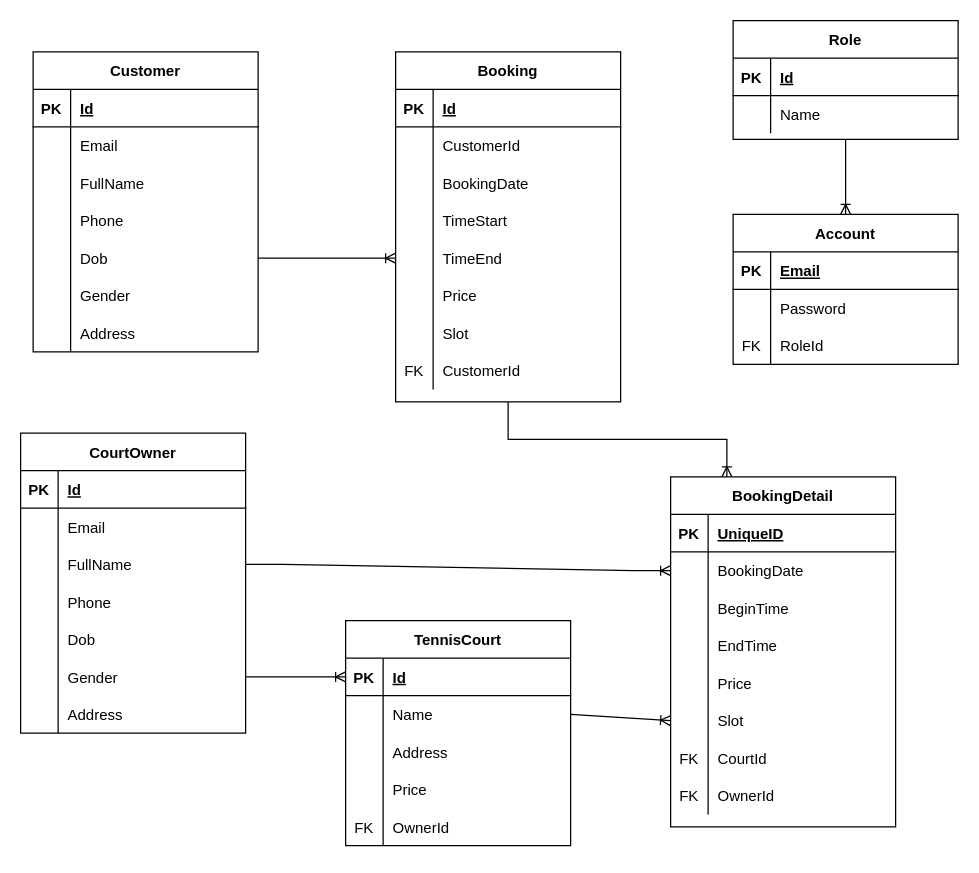
Earlier version of the draw.io diagram page "Entity Relationship" (3 of 3) of PrepareDatabase/ERD.drawio (TienVM-02/CourtTennisBooking). Source tidied: cells renumbered, new cells numbered last; positions are measured from the earlier drawing's top-left corner, leaving out a move shared by most shapes. Both pictures are drawn from the tidied source at 125%, with x=0, y=0 at pixel (20, 20).
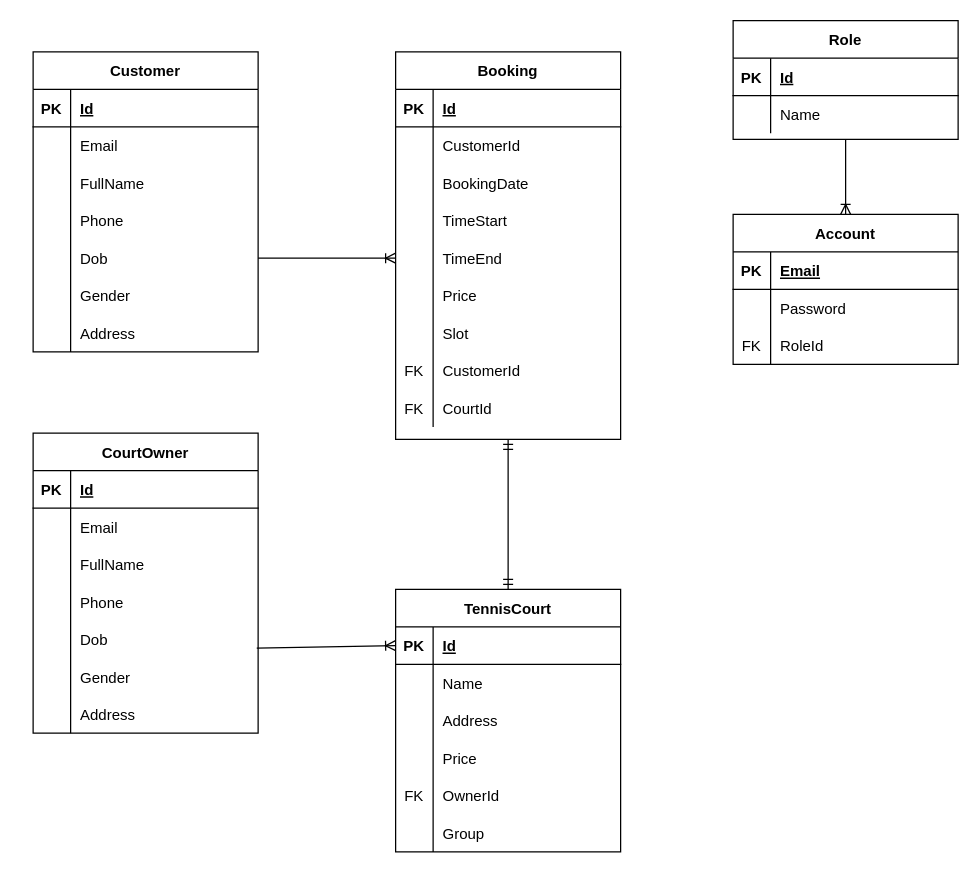
Above is the later version.

Unchanged cells that the change refers to:
```xml
<mxCell id="10" style="shape=tableRow;horizontal=0;startSize=0;swimlaneHead=0;swimlaneBody=0;fillColor=none;points=[[0,0.5],[1,0.5]];portConstraint=eastwest;top=0;left=0;right=0;bottom=0;" parent="3" vertex="1">
  <mxGeometry y="90" width="180" height="30" as="geometry" />
</mxCell>
<mxCell id="16" style="shape=tableRow;horizontal=0;startSize=0;swimlaneHead=0;swimlaneBody=0;fillColor=none;points=[[0,0.5],[1,0.5]];portConstraint=eastwest;top=0;left=0;right=0;bottom=0;" parent="3" vertex="1">
  <mxGeometry y="150" width="180" height="30" as="geometry" />
</mxCell>
<mxCell id="19" style="shape=tableRow;horizontal=0;startSize=0;swimlaneHead=0;swimlaneBody=0;fillColor=none;points=[[0,0.5],[1,0.5]];portConstraint=eastwest;top=0;left=0;right=0;bottom=0;" parent="3" vertex="1">
  <mxGeometry y="180" width="180" height="30" as="geometry" />
</mxCell>
<mxCell id="65" style="shape=tableRow;horizontal=0;startSize=0;swimlaneHead=0;swimlaneBody=0;fillColor=none;points=[[0,0.5],[1,0.5]];portConstraint=eastwest;top=0;left=0;right=0;bottom=1;" parent="64" vertex="1">
  <mxGeometry y="30" width="180" height="30" as="geometry" />
</mxCell>
<mxCell id="68" style="shape=tableRow;horizontal=0;startSize=0;swimlaneHead=0;swimlaneBody=0;fillColor=none;points=[[0,0.5],[1,0.5]];portConstraint=eastwest;top=0;left=0;right=0;bottom=0;" parent="64" vertex="1">
  <mxGeometry y="60" width="180" height="30" as="geometry" />
</mxCell>
```

The edit, as a diff of the source:
```diff
@@
     <mxCell id="3" value="CourtOwner" style="shape=table;startSize=30;childLayout=tableLayout;rowLines=0;fontStyle=1;align=center;" parent="1" vertex="1">
-      <mxGeometry y="330" width="180" height="240" as="geometry" />
+      <mxGeometry x="10" y="330" width="180" height="240" as="geometry" />
     </mxCell>
@@
     <mxCell id="64" value="TennisCourt" style="shape=table;startSize=30;childLayout=tableLayout;rowLines=0;fontStyle=1;align=center;" parent="1" vertex="1">
-      <mxGeometry x="260" y="480" width="180" height="180" as="geometry" />
+      <mxGeometry x="300" y="455" width="180" height="210" as="geometry" />
     </mxCell>
@@
+    <mxCell id="123" style="shape=tableRow;horizontal=0;startSize=0;swimlaneHead=0;swimlaneBody=0;fillColor=none;points=[[0,0.5],[1,0.5]];portConstraint=eastwest;top=0;left=0;right=0;bottom=0;" parent="64" vertex="1">
+      <mxGeometry y="180" width="180" height="30" as="geometry" />
+    </mxCell>
+    <mxCell id="140" style="shape=partialRectangle;fillColor=none;top=0;left=0;bottom=0;right=0;overflow=hidden;" parent="123" vertex="1">
+      <mxGeometry width="30" height="30" as="geometry" />
+    </mxCell>
+    <mxCell id="141" value="Group" style="shape=partialRectangle;fillColor=none;top=0;left=0;bottom=0;right=0;align=left;spacingLeft=6;overflow=hidden;" parent="123" vertex="1">
+      <mxGeometry x="30" width="150" height="30" as="geometry" />
+    </mxCell>
     <mxCell id="80" value="Booking" style="shape=table;startSize=30;childLayout=tableLayout;rowLines=0;fontStyle=1;align=center;" parent="1" vertex="1">
-      <mxGeometry x="300" y="25" width="180" height="280" as="geometry" />
+      <mxGeometry x="300" y="25" width="180" height="310" as="geometry" />
     </mxCell>
@@
+    <mxCell id="142" style="shape=tableRow;horizontal=0;startSize=0;swimlaneHead=0;swimlaneBody=0;fillColor=none;top=0;left=0;right=0;bottom=0;" parent="80" vertex="1">
+      <mxGeometry y="270" width="180" height="30" as="geometry" />
+    </mxCell>
+    <mxCell id="143" value="FK" style="shape=partialRectangle;fillColor=none;top=0;left=0;bottom=0;right=0;overflow=hidden;" parent="142" vertex="1">
+      <mxGeometry width="30" height="30" as="geometry" />
+    </mxCell>
+    <mxCell id="128" value="CourtId" style="shape=partialRectangle;fillColor=none;top=0;left=0;bottom=0;right=0;align=left;spacingLeft=6;overflow=hidden;" parent="142" vertex="1">
+      <mxGeometry x="30" width="150" height="30" as="geometry" />
+    </mxCell>
@@
-    <mxCell id="106" style="fontSize=12;html=1;endArrow=ERoneToMany;rounded=0;exitX=1;exitY=0.5;exitDx=0;exitDy=0;entryX=0;entryY=0.5;entryDx=0;entryDy=0;" parent="1" edge="1" source="19" target="65">
+    <mxCell id="106" style="fontSize=12;html=1;endArrow=ERoneToMany;rounded=0;exitX=0.994;exitY=0.733;exitDx=0;exitDy=0;entryX=0;entryY=0.5;entryDx=0;entryDy=0;exitPerimeter=0;" parent="1" edge="1" source="16" target="65">
       <mxGeometry relative="1" as="geometry" />
     </mxCell>
-    <mxCell id="107" value="BookingDetail" style="shape=table;startSize=30;childLayout=tableLayout;rowLines=0;fontStyle=1;align=center;" parent="1" vertex="1">
-      <mxGeometry x="520" y="365" width="180" height="280" as="geometry" />
-    </mxCell>
-    <mxCell id="108" style="shape=tableRow;horizontal=0;startSize=0;swimlaneHead=0;swimlaneBody=0;fillColor=none;top=0;left=0;right=0;bottom=1;" parent="107" vertex="1">
-      <mxGeometry y="30" width="180" height="30" as="geometry" />
-    </mxCell>
-    <mxCell id="109" value="PK" style="shape=partialRectangle;fillColor=none;top=0;left=0;bottom=0;right=0;fontStyle=1;overflow=hidden;" parent="108" vertex="1">
-      <mxGeometry width="30" height="30" as="geometry" />
-    </mxCell>
-    <mxCell id="110" value="UniqueID" style="shape=partialRectangle;fillColor=none;top=0;left=0;bottom=0;right=0;align=left;spacingLeft=6;fontStyle=5;overflow=hidden;" parent="108" vertex="1">
-      <mxGeometry x="30" width="150" height="30" as="geometry" />
-    </mxCell>
-    <mxCell id="111" style="shape=tableRow;horizontal=0;startSize=0;swimlaneHead=0;swimlaneBody=0;fillColor=none;points=[[0,0.5],[1,0.5]];portConstraint=eastwest;top=0;left=0;right=0;bottom=0;" parent="107" vertex="1">
-      <mxGeometry y="60" width="180" height="30" as="geometry" />
-    </mxCell>
-    <mxCell id="112" style="shape=partialRectangle;fillColor=none;top=0;left=0;bottom=0;right=0;overflow=hidden;" parent="111" vertex="1">
-      <mxGeometry width="30" height="30" as="geometry" />
-    </mxCell>
-    <mxCell id="113" value="BookingDate" style="shape=partialRectangle;fillColor=none;top=0;left=0;bottom=0;right=0;align=left;spacingLeft=6;overflow=hidden;" parent="111" vertex="1">
-      <mxGeometry x="30" width="150" height="30" as="geometry" />
-    </mxCell>
-    <mxCell id="114" style="shape=tableRow;horizontal=0;startSize=0;swimlaneHead=0;swimlaneBody=0;fillColor=none;top=0;left=0;right=0;bottom=0;" parent="107" vertex="1">
-      <mxGeometry y="90" width="180" height="30" as="geometry" />
-    </mxCell>
-    <mxCell id="115" style="shape=partialRectangle;fillColor=none;top=0;left=0;bottom=0;right=0;overflow=hidden;" parent="114" vertex="1">
-      <mxGeometry width="30" height="30" as="geometry" />
-    </mxCell>
-    <mxCell id="116" value="BeginTime" style="shape=partialRectangle;fillColor=none;top=0;left=0;bottom=0;right=0;align=left;spacingLeft=6;overflow=hidden;" parent="114" vertex="1">
-      <mxGeometry x="30" width="150" height="30" as="geometry" />
-    </mxCell>
-    <mxCell id="117" style="shape=tableRow;horizontal=0;startSize=0;swimlaneHead=0;swimlaneBody=0;fillColor=none;top=0;left=0;right=0;bottom=0;" parent="107" vertex="1">
-      <mxGeometry y="120" width="180" height="30" as="geometry" />
-    </mxCell>
-    <mxCell id="118" style="shape=partialRectangle;fillColor=none;top=0;left=0;bottom=0;right=0;overflow=hidden;" parent="117" vertex="1">
-      <mxGeometry width="30" height="30" as="geometry" />
-    </mxCell>
-    <mxCell id="119" value="EndTime" style="shape=partialRectangle;fillColor=none;top=0;left=0;bottom=0;right=0;align=left;spacingLeft=6;overflow=hidden;" parent="117" vertex="1">
-      <mxGeometry x="30" width="150" height="30" as="geometry" />
-    </mxCell>
-    <mxCell id="120" style="shape=tableRow;horizontal=0;startSize=0;swimlaneHead=0;swimlaneBody=0;fillColor=none;top=0;left=0;right=0;bottom=0;" parent="107" vertex="1">
-      <mxGeometry y="150" width="180" height="30" as="geometry" />
-    </mxCell>
-    <mxCell id="121" style="shape=partialRectangle;fillColor=none;top=0;left=0;bottom=0;right=0;overflow=hidden;" parent="120" vertex="1">
-      <mxGeometry width="30" height="30" as="geometry" />
-    </mxCell>
-    <mxCell id="122" value="Price" style="shape=partialRectangle;fillColor=none;top=0;left=0;bottom=0;right=0;align=left;spacingLeft=6;overflow=hidden;" parent="120" vertex="1">
-      <mxGeometry x="30" width="150" height="30" as="geometry" />
-    </mxCell>
-    <mxCell id="123" style="shape=tableRow;horizontal=0;startSize=0;swimlaneHead=0;swimlaneBody=0;fillColor=none;points=[[0,0.5],[1,0.5]];portConstraint=eastwest;top=0;left=0;right=0;bottom=0;" parent="107" vertex="1">
-      <mxGeometry y="180" width="180" height="30" as="geometry" />
-    </mxCell>
-    <mxCell id="124" style="shape=partialRectangle;fillColor=none;top=0;left=0;bottom=0;right=0;overflow=hidden;" parent="123" vertex="1">
-      <mxGeometry width="30" height="30" as="geometry" />
-    </mxCell>
-    <mxCell id="125" value="Slot" style="shape=partialRectangle;fillColor=none;top=0;left=0;bottom=0;right=0;align=left;spacingLeft=6;overflow=hidden;" parent="123" vertex="1">
-      <mxGeometry x="30" width="150" height="30" as="geometry" />
-    </mxCell>
-    <mxCell id="126" style="shape=tableRow;horizontal=0;startSize=0;swimlaneHead=0;swimlaneBody=0;fillColor=none;top=0;left=0;right=0;bottom=0;" parent="107" vertex="1">
-      <mxGeometry y="210" width="180" height="30" as="geometry" />
-    </mxCell>
-    <mxCell id="127" value="FK" style="shape=partialRectangle;fillColor=none;top=0;left=0;bottom=0;right=0;overflow=hidden;" parent="126" vertex="1">
-      <mxGeometry width="30" height="30" as="geometry" />
-    </mxCell>
-    <mxCell id="128" value="CourtId" style="shape=partialRectangle;fillColor=none;top=0;left=0;bottom=0;right=0;align=left;spacingLeft=6;overflow=hidden;" parent="126" vertex="1">
-      <mxGeometry x="30" width="150" height="30" as="geometry" />
-    </mxCell>
-    <mxCell id="129" style="shape=tableRow;horizontal=0;startSize=0;swimlaneHead=0;swimlaneBody=0;fillColor=none;top=0;left=0;right=0;bottom=0;" parent="107" vertex="1">
-      <mxGeometry y="240" width="180" height="30" as="geometry" />
-    </mxCell>
-    <mxCell id="130" value="FK" style="shape=partialRectangle;fillColor=none;top=0;left=0;bottom=0;right=0;overflow=hidden;" parent="129" vertex="1">
-      <mxGeometry width="30" height="30" as="geometry" />
-    </mxCell>
-    <mxCell id="131" value="OwnerId" style="shape=partialRectangle;fillColor=none;top=0;left=0;bottom=0;right=0;align=left;spacingLeft=6;overflow=hidden;" parent="129" vertex="1">
-      <mxGeometry x="30" width="150" height="30" as="geometry" />
-    </mxCell>
@@
-    <mxCell id="137" style="fontSize=12;html=1;endArrow=ERoneToMany;rounded=0;exitX=1;exitY=0.5;exitDx=0;exitDy=0;entryX=0;entryY=0.5;entryDx=0;entryDy=0;" parent="1" edge="1" source="68" target="123">
-      <mxGeometry relative="1" as="geometry" />
-    </mxCell>
-    <mxCell id="138" style="edgeStyle=orthogonalEdgeStyle;fontSize=12;html=1;endArrow=ERoneToMany;rounded=0;exitX=0.5;exitY=1;exitDx=0;exitDy=0;entryX=0.25;entryY=0;entryDx=0;entryDy=0;" parent="1" edge="1" source="80" target="107">
-      <mxGeometry relative="1" as="geometry" />
-    </mxCell>
-    <mxCell id="139" style="edgeStyle=entityRelationEdgeStyle;fontSize=12;html=1;endArrow=ERoneToMany;rounded=0;entryX=0;entryY=0.5;entryDx=0;entryDy=0;exitX=1;exitY=0.5;exitDx=0;exitDy=0;" parent="1" edge="1" source="10" target="111">
-      <mxGeometry relative="1" as="geometry" />
-    </mxCell>
+    <mxCell id="144" style="fontSize=12;html=1;endArrow=ERmandOne;startArrow=ERmandOne;rounded=0;exitX=0.5;exitY=0;exitDx=0;exitDy=0;entryX=0.5;entryY=1;entryDx=0;entryDy=0;" parent="1" edge="1" source="64" target="80">
+      <mxGeometry relative="1" as="geometry" />
+    </mxCell>
```
